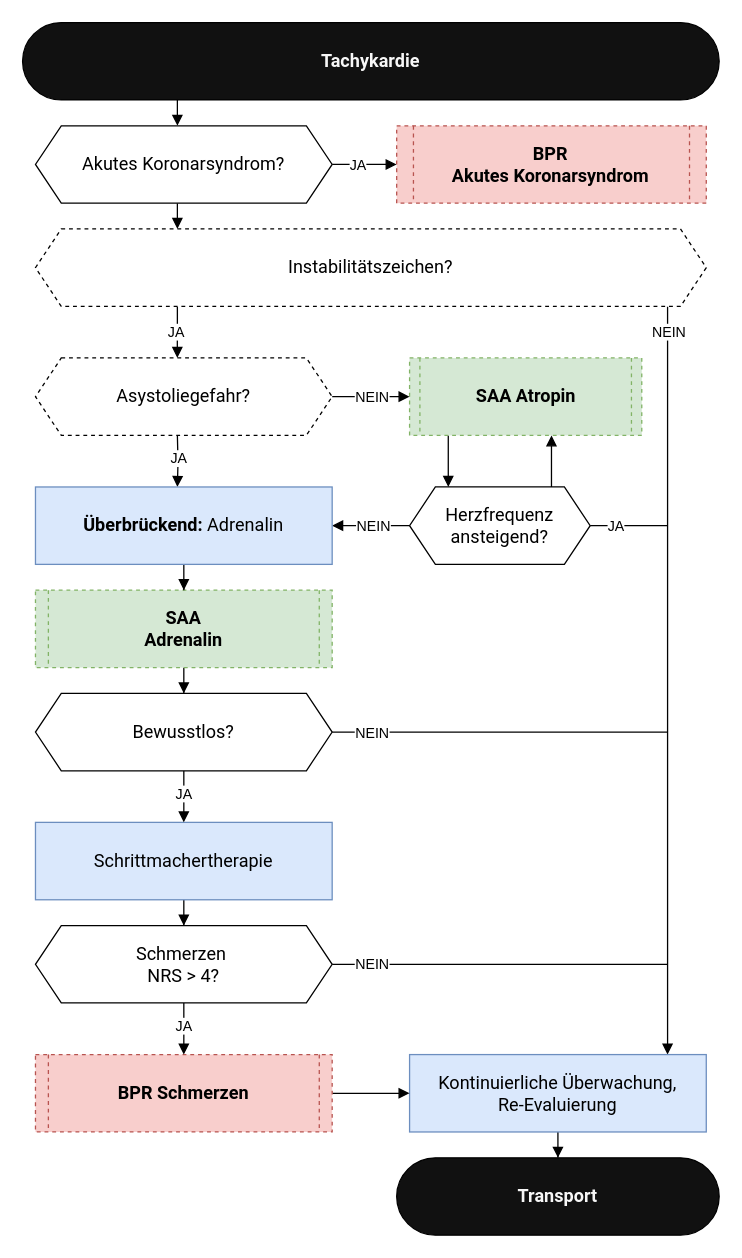
The draw.io diagram assets/flows/bradykardie.drawio in steiiin/notsan-app, before the edit. Source tidied: cells renumbered, new cells numbered last; positions are measured from the earlier drawing's top-left corner, leaving out a move shared by most shapes. Both pictures are drawn from the tidied source at 129%, with x=0, y=0 at pixel (22, 22).
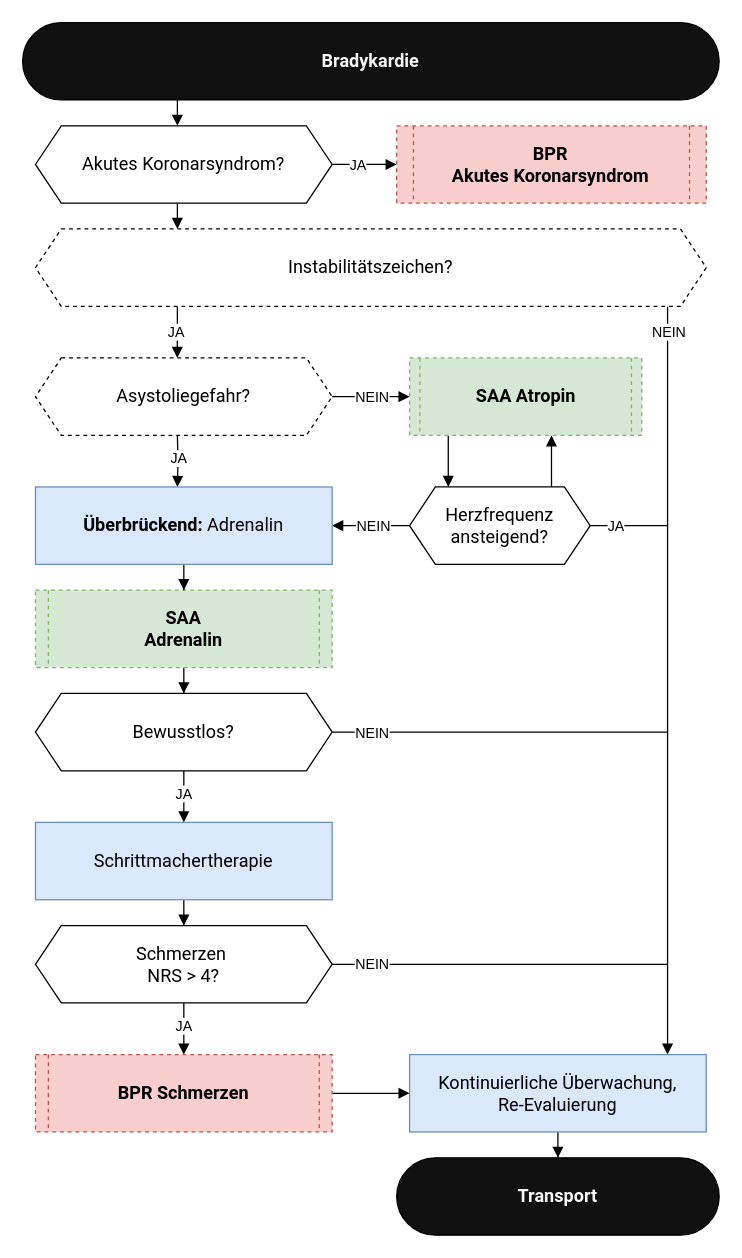
After the change.

Commit message (it also covers changes not shown here):
fix: bradykardie flow

The edit, as a diff of the source:
```diff
@@
-    <mxCell id="3" value="Tachykardie" style="rounded=1;whiteSpace=wrap;html=1;arcSize=50;fillColor=#111111;fontColor=#F7F7F7;fontFamily=&quot;Roboto&quot;, &quot;Helvetica Neue&quot;, sans-serif;fontSize=14;fontStyle=1;labelBackgroundColor=none;strokeColor=default;" parent="1" vertex="1">
+    <mxCell id="3" value="Bradykardie" style="rounded=1;whiteSpace=wrap;html=1;arcSize=50;fillColor=#111111;fontColor=#F7F7F7;fontFamily=&quot;Roboto&quot;, &quot;Helvetica Neue&quot;, sans-serif;fontSize=14;fontStyle=1;labelBackgroundColor=none;strokeColor=default;" parent="1" vertex="1">
       <mxGeometry width="540" height="60" as="geometry" />
     </mxCell>
```
